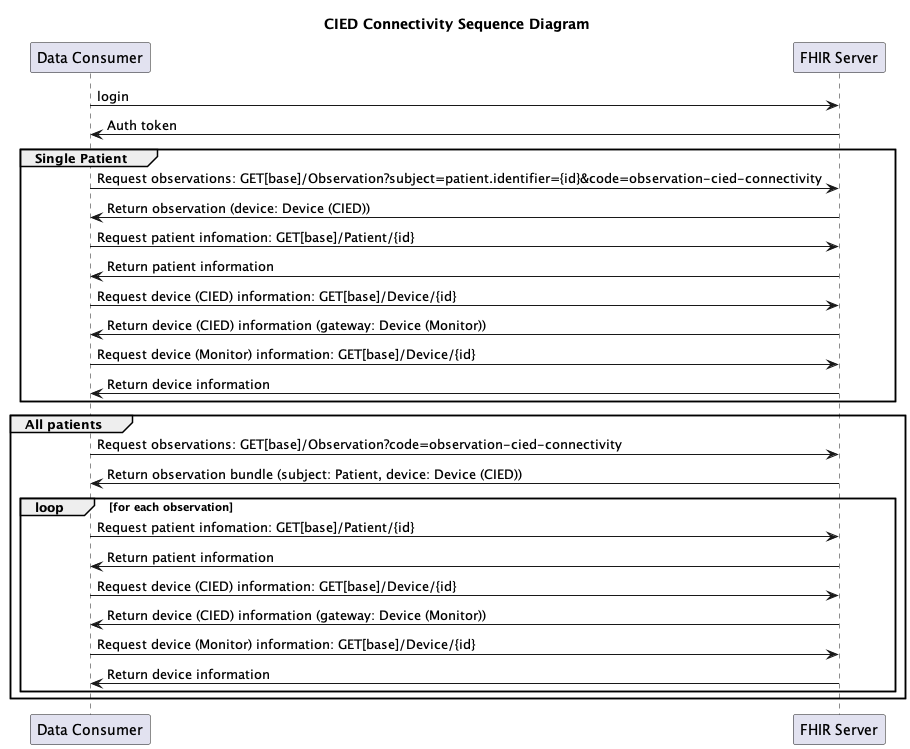
Before: input/images/connectivity-sequence.png, a diagram exported from PlantUML (HL7/CardX-CIED).
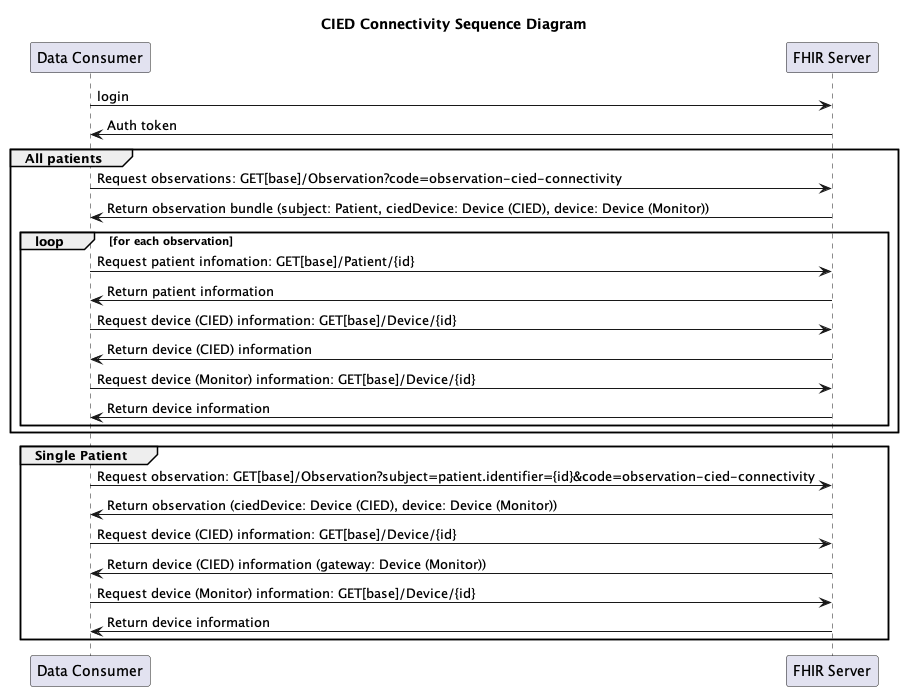
Above is the later version.

Commit message:
update sequence diagrams, components

Change to the diagram source:
```diff
@@ -7,29 +7,27 @@
 con -> FHIR : login
 FHIR -> con : Auth token
 
+group All patients
+    con -> FHIR : Request observations: GET[base]/Observation?code=observation-cied-connectivity
+    FHIR -> con : Return observation bundle (subject: Patient, ciedDevice: Device (CIED), device: Device (Monitor))
+
+    loop for each observation
+        con -> FHIR : Request patient infomation: GET[base]/Patient/{id}
+        FHIR -> con : Return patient information
+        con -> FHIR : Request device (CIED) information: GET[base]/Device/{id}
+        FHIR -> con : Return device (CIED) information
+        con -> FHIR : Request device (Monitor) information: GET[base]/Device/{id}
+        FHIR -> con : Return device information
+    end
+end
+
 group Single Patient
-    con -> FHIR : Request observations: GET[base]/Observation?subject=patient.identifier={id}&code=observation-cied-connectivity
-    FHIR -> con : Return observation (device: Device (CIED))
-    con -> FHIR : Request patient infomation: GET[base]/Patient/{id}
-    FHIR -> con : Return patient information
+    con -> FHIR : Request observation: GET[base]/Observation?subject=patient.identifier={id}&code=observation-cied-connectivity
+    FHIR -> con : Return observation (ciedDevice: Device (CIED), device: Device (Monitor))
     con -> FHIR : Request device (CIED) information: GET[base]/Device/{id}
     FHIR -> con : Return device (CIED) information (gateway: Device (Monitor))
     con -> FHIR : Request device (Monitor) information: GET[base]/Device/{id}
     FHIR -> con : Return device information
     end
 
-group All patients
-    con -> FHIR : Request observations: GET[base]/Observation?code=observation-cied-connectivity
-    FHIR -> con : Return observation bundle (subject: Patient, device: Device (CIED))
-
-    loop for each observation
-        con -> FHIR : Request patient infomation: GET[base]/Patient/{id}
-        FHIR -> con : Return patient information
-        con -> FHIR : Request device (CIED) information: GET[base]/Device/{id}
-        FHIR -> con : Return device (CIED) information (gateway: Device (Monitor))
-        con -> FHIR : Request device (Monitor) information: GET[base]/Device/{id}
-        FHIR -> con : Return device information
-    end
-end
-
 @enduml
```
